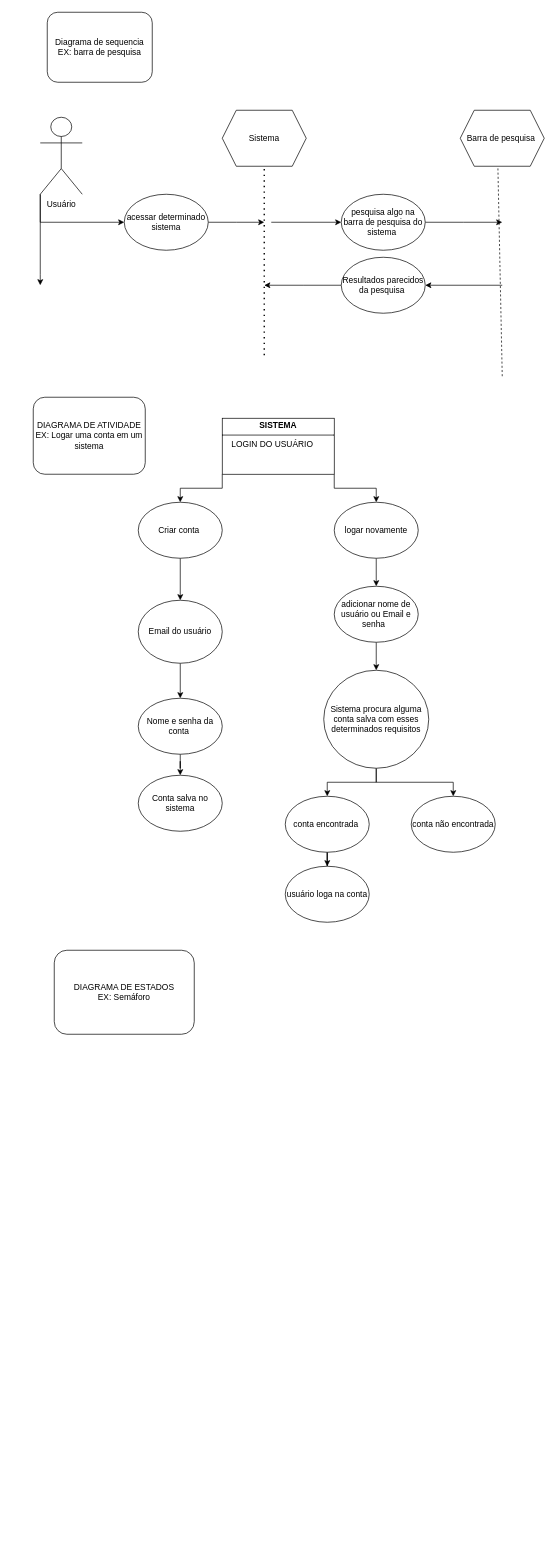
Earlier version of the draw.io diagram page "Página-6" (6 of 6) of Diagrama sem nome.drawio (Bernardo-Alves125/Diagramas-de-requisitos). Source tidied: cells renumbered, new cells numbered last; positions are measured from the earlier drawing's top-left corner, leaving out a move shared by most shapes. Both pictures are drawn from the tidied source at 70%, with x=0, y=0 at pixel (33, 12).
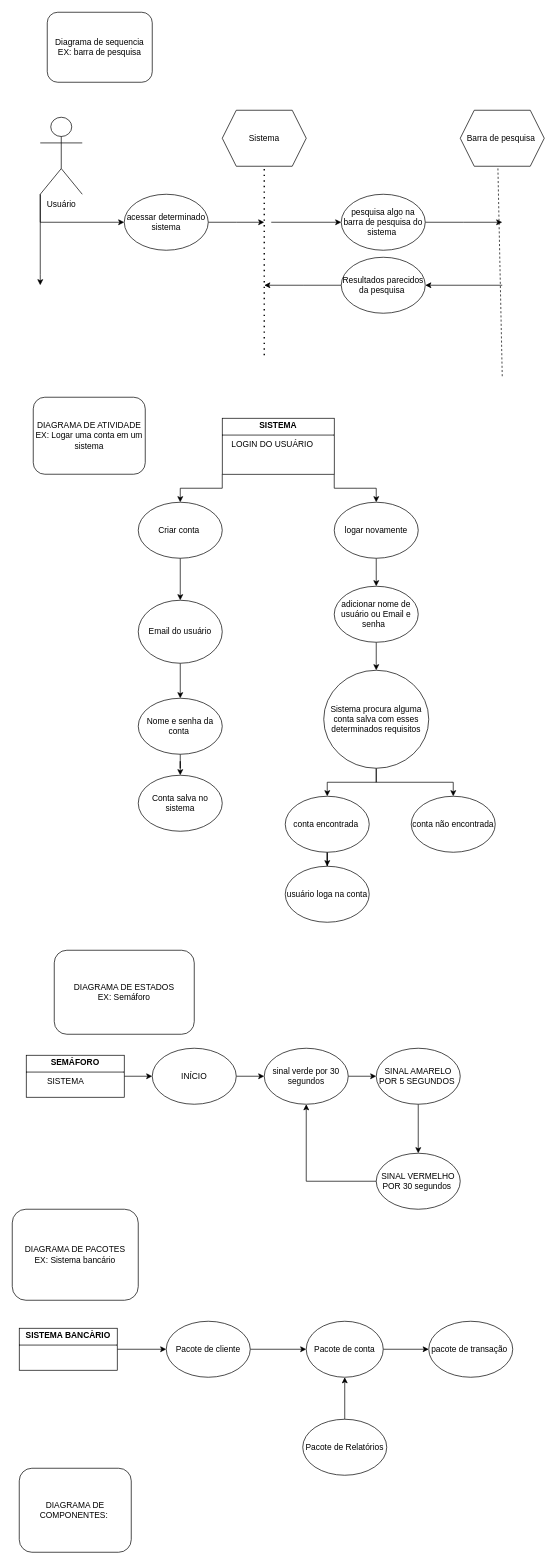
After the change.

Diff of the diagram source:
```diff
@@
+    <mxCell id="41" style="edgeStyle=orthogonalEdgeStyle;rounded=0;jettySize=auto;html=1;" parent="1" edge="1" source="42" target="44">
+      <mxGeometry relative="1" as="geometry" />
+    </mxCell>
+    <mxCell id="42" value="&lt;p style=&quot;margin:0px;margin-top:4px;text-align:center;&quot;&gt;&lt;b&gt;SEMÁFORO&lt;/b&gt;&lt;/p&gt;&lt;hr size=&quot;1&quot; style=&quot;border-style:solid;&quot;&gt;&lt;div style=&quot;height:2px;&quot;&gt;&amp;nbsp; &amp;nbsp; &amp;nbsp; &amp;nbsp; &amp;nbsp;SISTEMA&amp;nbsp;&lt;/div&gt;" style="verticalAlign=top;align=left;overflow=fill;html=1;whiteSpace=wrap;" parent="1" vertex="1">
+      <mxGeometry x="-10" y="1490" width="140" height="60" as="geometry" />
+    </mxCell>
+    <mxCell id="43" style="edgeStyle=orthogonalEdgeStyle;rounded=0;jettySize=auto;html=1;" parent="1" edge="1" source="44" target="46">
+      <mxGeometry relative="1" as="geometry" />
+    </mxCell>
+    <mxCell id="44" value="INÍCIO" style="ellipse;whiteSpace=wrap;html=1;" parent="1" vertex="1">
+      <mxGeometry x="170" y="1480" width="120" height="80" as="geometry" />
+    </mxCell>
+    <mxCell id="45" style="edgeStyle=orthogonalEdgeStyle;rounded=0;jettySize=auto;html=1;exitX=1;exitY=0.5;exitDx=0;exitDy=0;" parent="1" edge="1" source="46" target="48">
+      <mxGeometry relative="1" as="geometry" />
+    </mxCell>
+    <mxCell id="46" value="sinal verde por 30 segundos" style="ellipse;whiteSpace=wrap;html=1;" parent="1" vertex="1">
+      <mxGeometry x="330" y="1480" width="120" height="80" as="geometry" />
+    </mxCell>
+    <mxCell id="47" style="edgeStyle=orthogonalEdgeStyle;rounded=0;jettySize=auto;html=1;exitX=0.5;exitY=1;exitDx=0;exitDy=0;" parent="1" edge="1" source="48" target="50">
+      <mxGeometry relative="1" as="geometry" />
+    </mxCell>
+    <mxCell id="48" value="SINAL AMARELO POR 5 SEGUNDOS&amp;nbsp;" style="ellipse;whiteSpace=wrap;html=1;" parent="1" vertex="1">
+      <mxGeometry x="490" y="1480" width="120" height="80" as="geometry" />
+    </mxCell>
+    <mxCell id="49" style="edgeStyle=orthogonalEdgeStyle;rounded=0;jettySize=auto;html=1;exitX=0;exitY=0.5;exitDx=0;exitDy=0;entryX=0.5;entryY=1;entryDx=0;entryDy=0;" parent="1" edge="1" source="50" target="46">
+      <mxGeometry relative="1" as="geometry" />
+    </mxCell>
+    <mxCell id="50" value="SINAL VERMELHO POR 30 segundos&amp;nbsp;" style="ellipse;whiteSpace=wrap;html=1;" parent="1" vertex="1">
+      <mxGeometry x="490" y="1630" width="120" height="80" as="geometry" />
+    </mxCell>
+    <mxCell id="51" value="DIAGRAMA DE PACOTES&lt;div&gt;EX: Sistema bancário&lt;/div&gt;" style="rounded=1;whiteSpace=wrap;html=1;" parent="1" vertex="1">
+      <mxGeometry x="-30" y="1710" width="180" height="130" as="geometry" />
+    </mxCell>
+    <mxCell id="52" style="edgeStyle=orthogonalEdgeStyle;rounded=0;jettySize=auto;html=1;exitX=1;exitY=0.5;exitDx=0;exitDy=0;" parent="1" edge="1" source="53" target="57">
+      <mxGeometry relative="1" as="geometry" />
+    </mxCell>
+    <mxCell id="53" value="Pacote de cliente" style="ellipse;whiteSpace=wrap;html=1;" parent="1" vertex="1">
+      <mxGeometry x="190" y="1870" width="120" height="80" as="geometry" />
+    </mxCell>
+    <mxCell id="54" style="edgeStyle=orthogonalEdgeStyle;rounded=0;jettySize=auto;html=1;exitX=1;exitY=0.5;exitDx=0;exitDy=0;entryX=0;entryY=0.5;entryDx=0;entryDy=0;" parent="1" edge="1" source="55" target="53">
+      <mxGeometry relative="1" as="geometry" />
+    </mxCell>
+    <mxCell id="55" value="&lt;p style=&quot;margin:0px;margin-top:4px;text-align:center;&quot;&gt;&lt;b&gt;SISTEMA BANCÀRIO&lt;/b&gt;&lt;/p&gt;&lt;hr size=&quot;1&quot; style=&quot;border-style:solid;&quot;&gt;&lt;div style=&quot;height:2px;&quot;&gt;&lt;/div&gt;" style="verticalAlign=top;align=left;overflow=fill;html=1;whiteSpace=wrap;" parent="1" vertex="1">
+      <mxGeometry x="-20" y="1880" width="140" height="60" as="geometry" />
+    </mxCell>
+    <mxCell id="56" style="edgeStyle=orthogonalEdgeStyle;rounded=0;jettySize=auto;html=1;exitX=1;exitY=0.5;exitDx=0;exitDy=0;" parent="1" edge="1" source="57" target="58">
+      <mxGeometry relative="1" as="geometry" />
+    </mxCell>
+    <mxCell id="57" value="Pacote de conta" style="ellipse;whiteSpace=wrap;html=1;" parent="1" vertex="1">
+      <mxGeometry x="390" y="1870" width="110" height="80" as="geometry" />
+    </mxCell>
+    <mxCell id="58" value="pacote de transação&amp;nbsp;" style="ellipse;whiteSpace=wrap;html=1;" parent="1" vertex="1">
+      <mxGeometry x="565" y="1870" width="120" height="80" as="geometry" />
+    </mxCell>
+    <mxCell id="59" style="edgeStyle=orthogonalEdgeStyle;rounded=0;jettySize=auto;html=1;exitX=0.5;exitY=0;exitDx=0;exitDy=0;entryX=0.5;entryY=1;entryDx=0;entryDy=0;" parent="1" edge="1" source="60" target="57">
+      <mxGeometry relative="1" as="geometry" />
+    </mxCell>
+    <mxCell id="60" value="Pacote de Relatórios" style="ellipse;whiteSpace=wrap;html=1;" parent="1" vertex="1">
+      <mxGeometry x="385" y="2010" width="120" height="80" as="geometry" />
+    </mxCell>
+    <mxCell id="61" value="DIAGRAMA DE COMPONENTES:&amp;nbsp;" style="rounded=1;whiteSpace=wrap;html=1;" parent="1" vertex="1">
+      <mxGeometry x="-20" y="2080" width="160" height="120" as="geometry" />
+    </mxCell>
```
